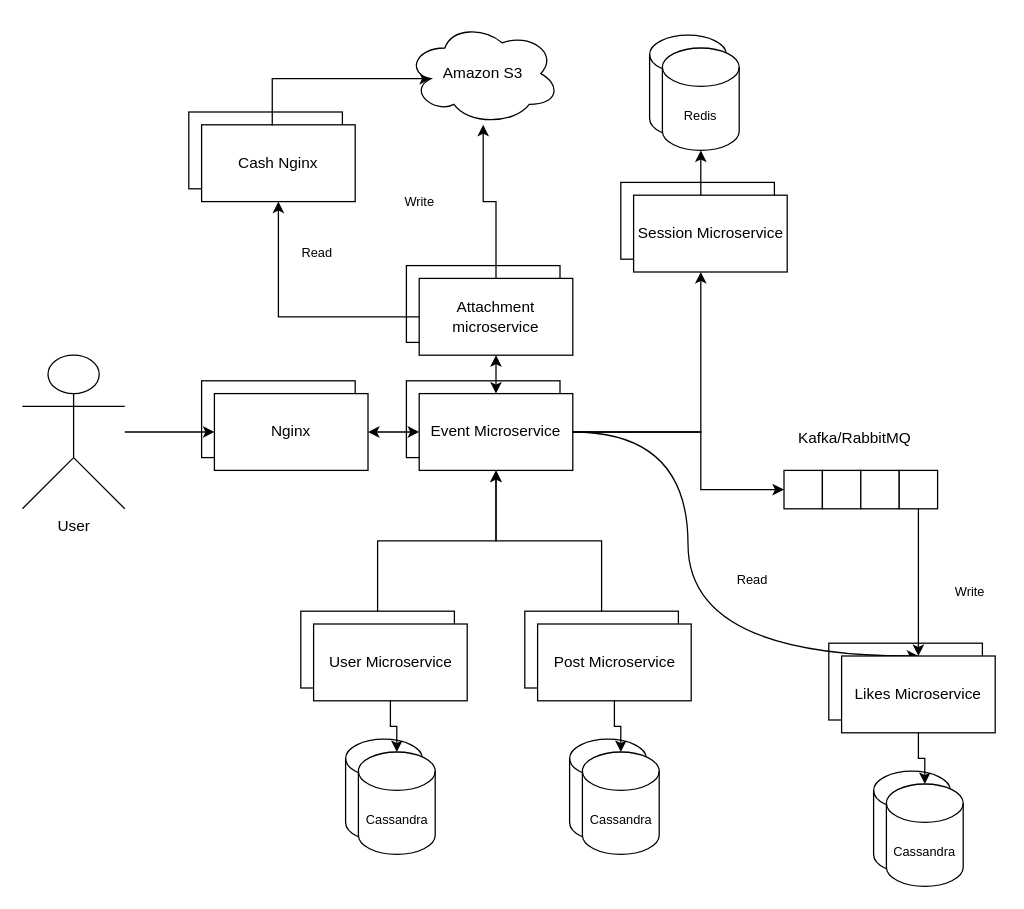
somnevaetsya/HighloadCourseWork keeps this draw.io diagram as Project.drawio. Above is the earlier version. Source tidied: cells renumbered, new cells numbered last; positions are measured from the earlier drawing's top-left corner, leaving out a move shared by most shapes. Both pictures are drawn from the tidied source at 128%, with x=0, y=0 at pixel (22, 22).
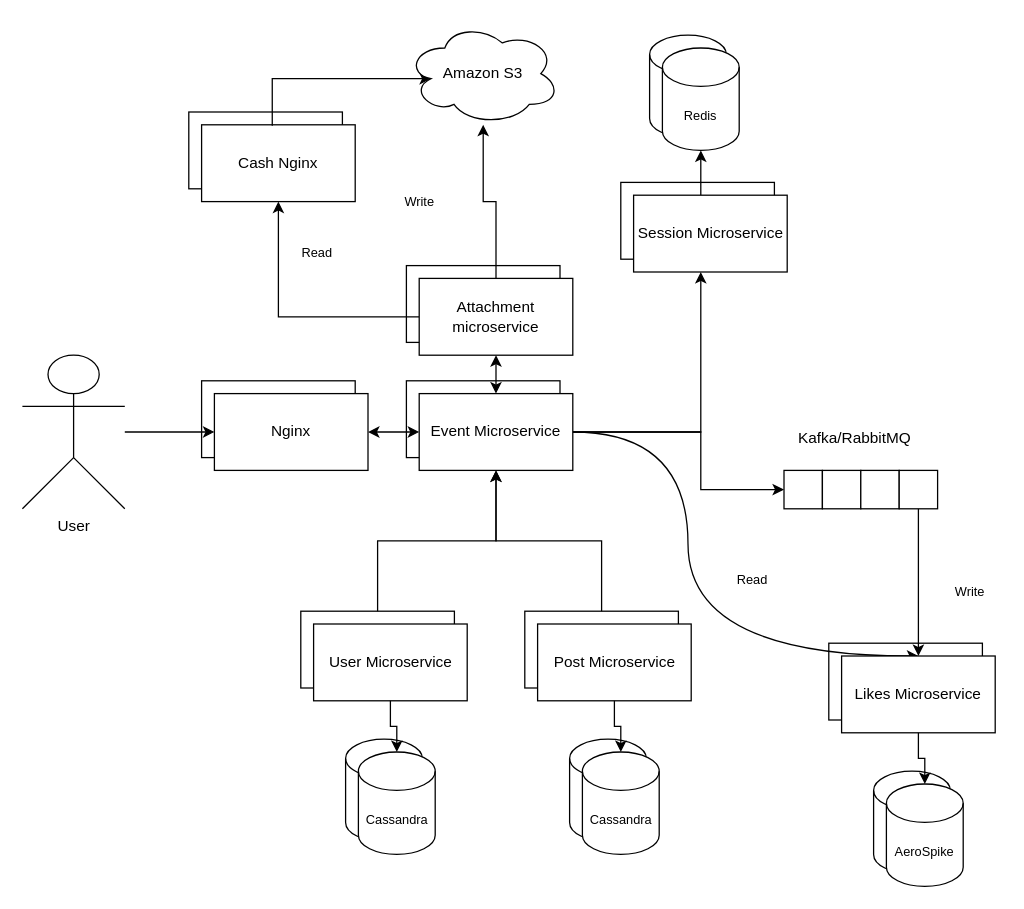
Above is the later version.

Change to the diagram source:
```diff
@@
-    <mxCell id="50" value="&lt;font style=&quot;font-size: 10px;&quot;&gt;Cassandra&lt;/font&gt;" style="shape=cylinder3;whiteSpace=wrap;html=1;boundedLbl=1;backgroundOutline=1;size=15;" parent="1" vertex="1">
+    <mxCell id="50" value="&lt;font style=&quot;font-size: 10px;&quot;&gt;AeroSpike&lt;/font&gt;" style="shape=cylinder3;whiteSpace=wrap;html=1;boundedLbl=1;backgroundOutline=1;size=15;" parent="1" vertex="1">
       <mxGeometry x="675" y="595" width="60" height="80" as="geometry" />
     </mxCell>
```
